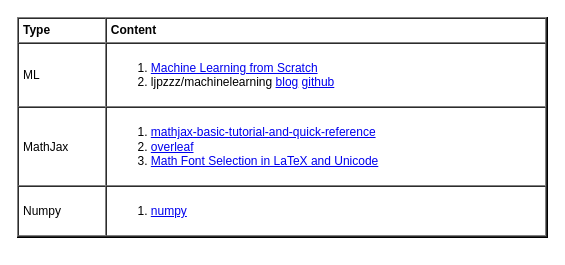
Earlier version of the draw.io diagram page "References" (8 of 8) of ml/ml.drawio (yangdj/tf_docs). Source tidied: cells renumbered, new cells numbered last; positions are measured from the earlier drawing's top-left corner, leaving out a move shared by most shapes. Both pictures are drawn from the tidied source at 100%, with x=0, y=0 at pixel (17, 17).
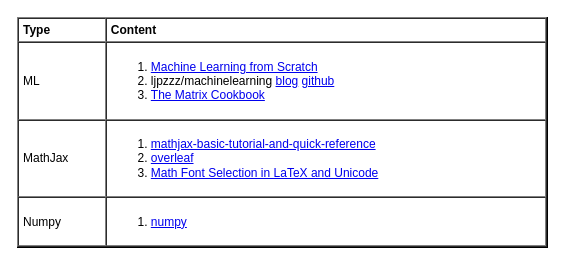
The same diagram, later.

Diff of the diagram source:
```diff
@@
 <mxGraphModel>
   <root>
     <mxCell id="0" />
     <mxCell id="1" parent="0" />
-    <mxCell id="2" value="&lt;table cellpadding=&quot;4&quot; cellspacing=&quot;0&quot; border=&quot;1&quot; style=&quot;font-size: 1em ; width: 100% ; height: 100%&quot;&gt;&lt;tbody&gt;&lt;tr&gt;&lt;th&gt;Type&lt;/th&gt;&lt;th&gt;Content&lt;/th&gt;&lt;/tr&gt;&lt;tr&gt;&lt;td&gt;ML&lt;/td&gt;&lt;td&gt;&lt;ol&gt;&lt;li&gt;&lt;a href=&quot;https://dafriedman97.github.io/mlbook/content/introduction.html&quot;&gt;Machine Learning from Scratch&lt;br&gt;&lt;/a&gt;&lt;/li&gt;&lt;li&gt;ljpzzz/machinelearning&amp;nbsp;&lt;a href=&quot;https://www.cnblogs.com/pinard&quot;&gt;blog&lt;/a&gt;&amp;nbsp;&lt;a href=&quot;https://github.com/ljpzzz/machinelearning&quot;&gt;github&lt;/a&gt;&lt;/li&gt;&lt;/ol&gt;&lt;/td&gt;&lt;/tr&gt;&lt;tr&gt;&lt;td&gt;MathJax&lt;/td&gt;&lt;td&gt;&lt;ol&gt;&lt;li&gt;&lt;a href=&quot;https://math.meta.stackexchange.com/questions/5020/mathjax-basic-tutorial-and-quick-reference&quot;&gt;mathjax-basic-tutorial-and-quick-reference&lt;/a&gt;&lt;/li&gt;&lt;li&gt;&lt;a href=&quot;https://www.overleaf.com/learn/latex/Mathematical_expressions&quot;&gt;overleaf&lt;/a&gt;&lt;/li&gt;&lt;li&gt;&lt;a href=&quot;http://milde.users.sourceforge.net/LUCR/Math/math-font-selection.xhtml&quot;&gt;Math Font Selection in LaTeX and Unicode&lt;br&gt;&lt;/a&gt;&lt;/li&gt;&lt;/ol&gt;&lt;/td&gt;&lt;/tr&gt;&lt;tr&gt;&lt;td&gt;Numpy&lt;/td&gt;&lt;td&gt;&lt;ol&gt;&lt;li&gt;&lt;a href=&quot;https://numpy.org/devdocs/reference/index.html#reference&quot;&gt;numpy&lt;/a&gt;&lt;/li&gt;&lt;/ol&gt;&lt;/td&gt;&lt;/tr&gt;&lt;/tbody&gt;&lt;/table&gt; " style="verticalAlign=top;align=left;overflow=fill;fontSize=12;fontFamily=Helvetica;html=1;" parent="1" vertex="1">
-      <mxGeometry width="530" height="220" as="geometry" />
+    <mxCell id="2" value="&lt;table cellpadding=&quot;4&quot; cellspacing=&quot;0&quot; border=&quot;1&quot; style=&quot;font-size: 1em ; width: 100% ; height: 100%&quot;&gt;&lt;tbody&gt;&lt;tr&gt;&lt;th&gt;Type&lt;/th&gt;&lt;th&gt;Content&lt;/th&gt;&lt;/tr&gt;&lt;tr&gt;&lt;td&gt;ML&lt;/td&gt;&lt;td&gt;&lt;ol&gt;&lt;li&gt;&lt;a href=&quot;https://dafriedman97.github.io/mlbook/content/introduction.html&quot;&gt;Machine Learning from Scratch&lt;br&gt;&lt;/a&gt;&lt;/li&gt;&lt;li&gt;ljpzzz/machinelearning&amp;nbsp;&lt;a href=&quot;https://www.cnblogs.com/pinard&quot;&gt;blog&lt;/a&gt;&amp;nbsp;&lt;a href=&quot;https://github.com/ljpzzz/machinelearning&quot;&gt;github&lt;/a&gt;&lt;/li&gt;&lt;li&gt;&lt;a href=&quot;https://www.math.uwaterloo.ca/~hwolkowi/matrixcookbook.pdf&quot;&gt;The Matrix Cookbook&lt;/a&gt;&lt;br&gt;&lt;/li&gt;&lt;/ol&gt;&lt;/td&gt;&lt;/tr&gt;&lt;tr&gt;&lt;td&gt;MathJax&lt;/td&gt;&lt;td&gt;&lt;ol&gt;&lt;li&gt;&lt;a href=&quot;https://math.meta.stackexchange.com/questions/5020/mathjax-basic-tutorial-and-quick-reference&quot;&gt;mathjax-basic-tutorial-and-quick-reference&lt;/a&gt;&lt;/li&gt;&lt;li&gt;&lt;a href=&quot;https://www.overleaf.com/learn/latex/Mathematical_expressions&quot;&gt;overleaf&lt;/a&gt;&lt;/li&gt;&lt;li&gt;&lt;a href=&quot;http://milde.users.sourceforge.net/LUCR/Math/math-font-selection.xhtml&quot;&gt;Math Font Selection in LaTeX and Unicode&lt;br&gt;&lt;/a&gt;&lt;/li&gt;&lt;/ol&gt;&lt;/td&gt;&lt;/tr&gt;&lt;tr&gt;&lt;td&gt;Numpy&lt;/td&gt;&lt;td&gt;&lt;ol&gt;&lt;li&gt;&lt;a href=&quot;https://numpy.org/devdocs/reference/index.html#reference&quot;&gt;numpy&lt;/a&gt;&lt;/li&gt;&lt;/ol&gt;&lt;/td&gt;&lt;/tr&gt;&lt;/tbody&gt;&lt;/table&gt; " style="verticalAlign=top;align=left;overflow=fill;fontSize=12;fontFamily=Helvetica;html=1;" parent="1" vertex="1">
+      <mxGeometry width="530" height="230" as="geometry" />
     </mxCell>
   </root>
 </mxGraphModel>
```
